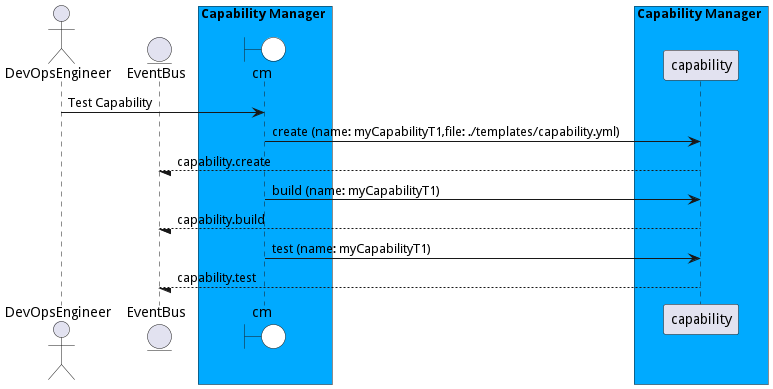
Earlier version of the PlantUML export docs/sabr/aml/cm/usecases/developcapability/TestCapability.png (madajaju/sabr).
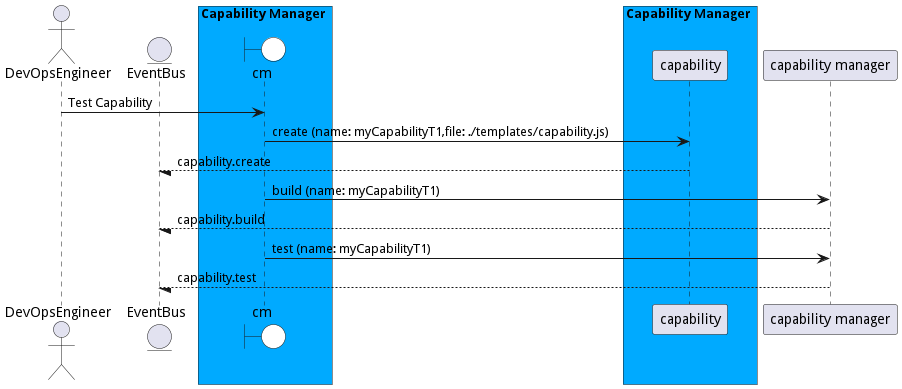
After the commit.

Diff of the diagram source:
```diff
@@ -17,17 +17,17 @@
 
 "DevOpsEngineer" -> cm: Test Capability
 
-    cm -> "capability": create (name: myCapabilityT1,file: ./templates/capability.yml)
+    cm -> "capability": create (name: myCapabilityT1,file: ./templates/capability.js)
 
     "capability" --/ EventBus: capability.create
 
-    cm -> "capability": build (name: myCapabilityT1)
+    cm -> "capability manager": build (name: myCapabilityT1)
 
-    "capability" --/ EventBus: capability.build
+    "capability manager" --/ EventBus: capability.build
 
-    cm -> "capability": test (name: myCapabilityT1)
+    cm -> "capability manager": test (name: myCapabilityT1)
 
-    "capability" --/ EventBus: capability.test
+    "capability manager" --/ EventBus: capability.test
 
 
 
```
